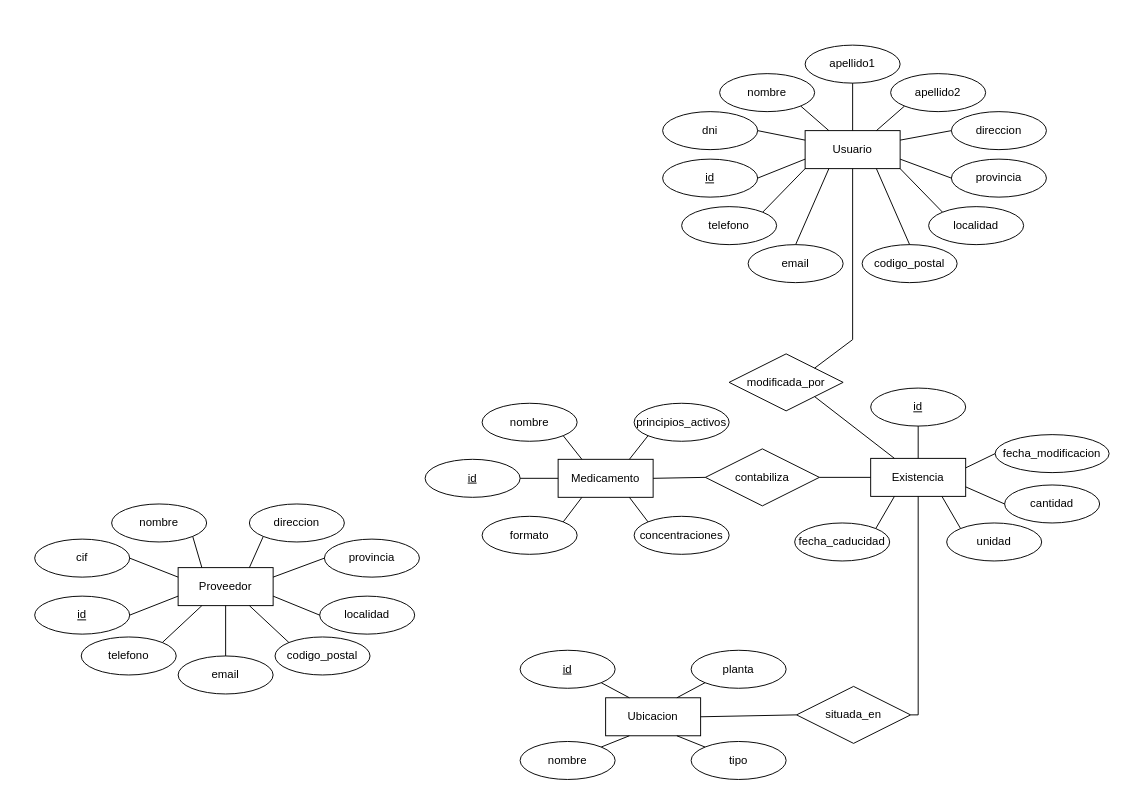
This is Diagrama sin título.drawio from mariopr25/AlmacenMedicamentosER, a draw.io file, before an edit. Source tidied: cells renumbered, new cells numbered last; positions are measured from the earlier drawing's top-left corner, leaving out a move shared by most shapes. Both pictures are drawn from the tidied source at 95%, with x=0, y=0 at pixel (16, 45).
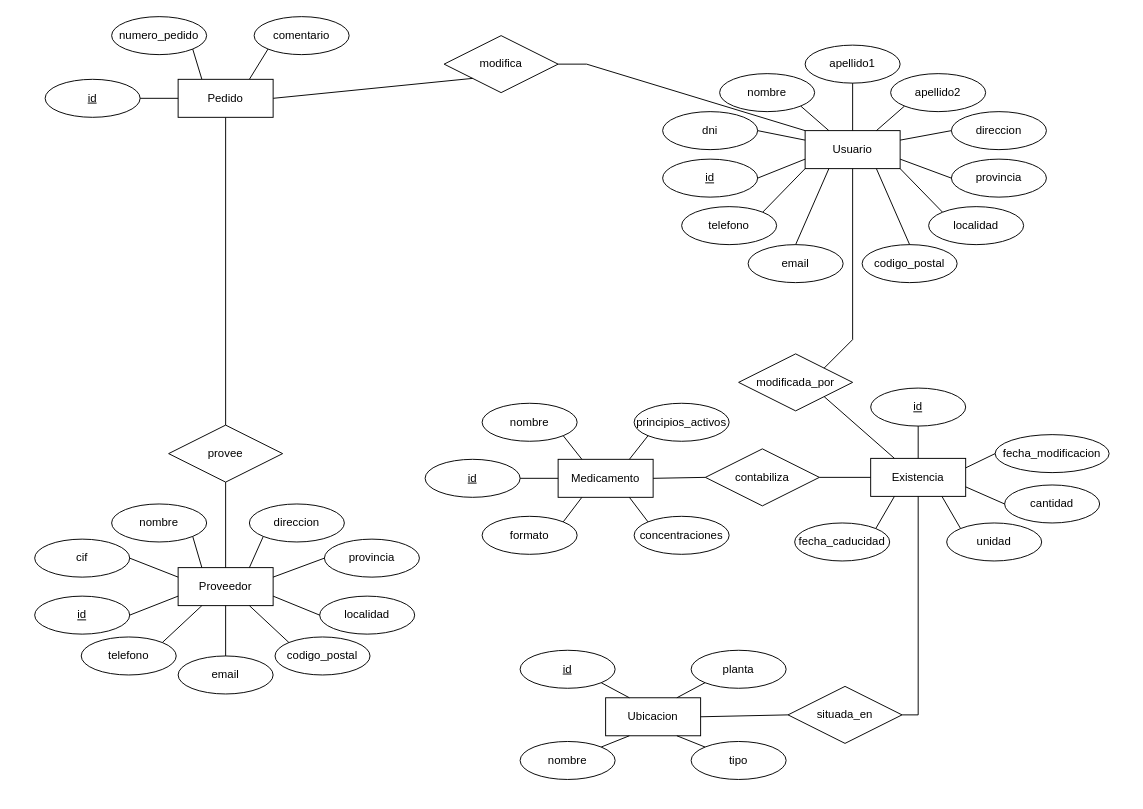
Above is the later version.

Commit message:
Añadido Pedido con sus relaciones pero sin Linea_pedido

The change refers to these unchanged cells:
```xml
<mxCell id="3" value="Proveedor" style="whiteSpace=wrap;html=1;align=center;" parent="2" vertex="1">
  <mxGeometry x="170" y="70" width="100" height="40" as="geometry" />
</mxCell>
<mxCell id="24" value="&lt;div&gt;Usuario&lt;/div&gt;" style="whiteSpace=wrap;html=1;align=center;" parent="23" vertex="1">
  <mxGeometry x="170" y="90" width="100" height="40" as="geometry" />
</mxCell>
```

The edit, as a diff of the source:
```diff
@@
     <mxCell id="82" value="situada_en" style="shape=rhombus;perimeter=rhombusPerimeter;whiteSpace=wrap;html=1;align=center;" parent="1" vertex="1">
-      <mxGeometry x="821" y="675" width="120" height="60" as="geometry" />
+      <mxGeometry x="812" y="675" width="120" height="60" as="geometry" />
     </mxCell>
@@
     <mxCell id="87" value="modificada_por" style="shape=rhombus;perimeter=rhombusPerimeter;whiteSpace=wrap;html=1;align=center;" parent="1" vertex="1">
-      <mxGeometry x="750" y="325" width="120" height="60" as="geometry" />
+      <mxGeometry x="760" y="325" width="120" height="60" as="geometry" />
     </mxCell>
@@
+    <mxCell id="90" value="provee" style="shape=rhombus;perimeter=rhombusPerimeter;whiteSpace=wrap;html=1;align=center;" parent="1" vertex="1">
+      <mxGeometry x="160" y="400" width="120" height="60" as="geometry" />
+    </mxCell>
+    <mxCell id="91" style="endArrow=none;html=1;rounded=0;exitX=0.5;exitY=1;exitDx=0;exitDy=0;entryX=0.5;entryY=0;entryDx=0;entryDy=0;" parent="1" edge="1" source="101" target="90">
+      <mxGeometry relative="1" as="geometry" />
+    </mxCell>
+    <mxCell id="92" style="endArrow=none;html=1;rounded=0;exitX=0.5;exitY=0;exitDx=0;exitDy=0;entryX=0.5;entryY=1;entryDx=0;entryDy=0;" parent="1" edge="1" source="3" target="90">
+      <mxGeometry relative="1" as="geometry" />
+    </mxCell>
+    <mxCell id="93" value="modifica" style="shape=rhombus;perimeter=rhombusPerimeter;whiteSpace=wrap;html=1;align=center;" parent="1" vertex="1">
+      <mxGeometry x="450" y="-10" width="120" height="60" as="geometry" />
+    </mxCell>
+    <mxCell id="94" style="endArrow=none;html=1;rounded=0;entryX=0;entryY=0;entryDx=0;entryDy=0;exitX=1;exitY=0.5;exitDx=0;exitDy=0;" parent="1" edge="1" source="93" target="24">
+      <mxGeometry relative="1" as="geometry">
+        <Array as="points">
+          <mxPoint x="600" y="20" />
+        </Array>
+      </mxGeometry>
+    </mxCell>
+    <mxCell id="95" style="endArrow=none;html=1;rounded=0;entryX=0;entryY=1;entryDx=0;entryDy=0;exitX=1;exitY=0.5;exitDx=0;exitDy=0;" parent="1" edge="1" source="101" target="93">
+      <mxGeometry relative="1" as="geometry" />
+    </mxCell>
+    <mxCell id="96" style="group;" parent="1" vertex="1">
+      <mxGeometry x="30" y="-30" width="320" height="106" as="geometry" />
+    </mxCell>
+    <mxCell id="97" value="comentario" style="ellipse;whiteSpace=wrap;html=1;align=center;" parent="96" vertex="1">
+      <mxGeometry x="220" width="100" height="40" as="geometry" />
+    </mxCell>
+    <mxCell id="98" style="endArrow=none;html=1;rounded=0;exitX=0.75;exitY=0;exitDx=0;exitDy=0;entryX=0;entryY=1;entryDx=0;entryDy=0;" parent="96" edge="1" source="101" target="97">
+      <mxGeometry relative="1" as="geometry" />
+    </mxCell>
+    <mxCell id="99" value="numero_pedido" style="ellipse;whiteSpace=wrap;html=1;align=center;" parent="96" vertex="1">
+      <mxGeometry x="70" width="100" height="40" as="geometry" />
+    </mxCell>
+    <mxCell id="100" style="endArrow=none;html=1;rounded=0;exitX=1;exitY=1;exitDx=0;exitDy=0;entryX=0.25;entryY=0;entryDx=0;entryDy=0;" parent="96" edge="1" source="99" target="101">
+      <mxGeometry relative="1" as="geometry" />
+    </mxCell>
+    <mxCell id="101" value="Pedido" style="whiteSpace=wrap;html=1;align=center;" parent="96" vertex="1">
+      <mxGeometry x="140" y="66" width="100" height="40" as="geometry" />
+    </mxCell>
+    <mxCell id="102" value="id" style="ellipse;whiteSpace=wrap;html=1;align=center;fontStyle=4;" parent="96" vertex="1">
+      <mxGeometry y="66" width="100" height="40" as="geometry" />
+    </mxCell>
+    <mxCell id="103" style="endArrow=none;html=1;rounded=0;entryX=0;entryY=0.5;entryDx=0;entryDy=0;exitX=1;exitY=0.5;exitDx=0;exitDy=0;" parent="96" edge="1" source="102" target="101">
+      <mxGeometry relative="1" as="geometry" />
+    </mxCell>
```
